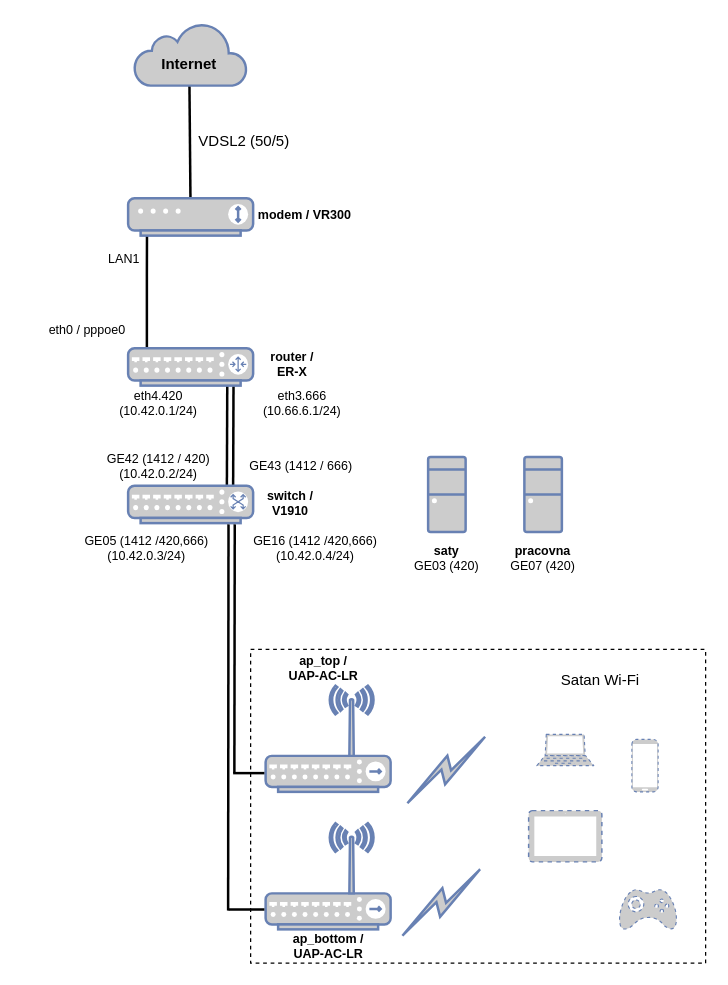
The draw.io diagram Untitled Diagram.drawio in Hipuranyhou/cuddly-octo-lamp, before the edit. Source tidied: cells renumbered, new cells numbered last; positions are measured from the earlier drawing's top-left corner, leaving out a move shared by most shapes. Both pictures are drawn from the tidied source at 125%, with x=0, y=0 at pixel (21, 22).
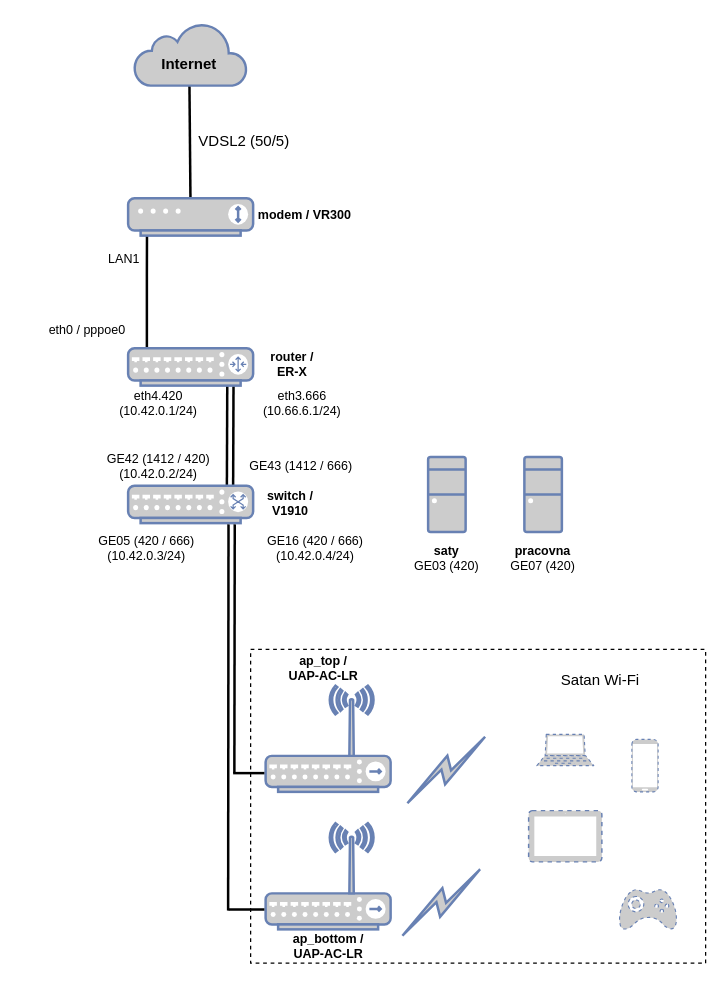
Above is the later version.

Commit message:
Changed VLANs of APs

Change to the diagram source:
```diff
@@
-    <mxCell id="37" value="&lt;div&gt;GE05 (1412 /420,666) (10.42.0.3/24)&lt;/div&gt;" style="text;html=1;strokeColor=none;fillColor=none;align=center;verticalAlign=middle;whiteSpace=wrap;rounded=0;labelBackgroundColor=#ffffff;fontSize=10;fontColor=#000000;" parent="1" vertex="1">
+    <mxCell id="37" value="&lt;div&gt;GE05 (420 / 666) (10.42.0.3/24)&lt;/div&gt;" style="text;html=1;strokeColor=none;fillColor=none;align=center;verticalAlign=middle;whiteSpace=wrap;rounded=0;labelBackgroundColor=#ffffff;fontSize=10;fontColor=#000000;" parent="1" vertex="1">
       <mxGeometry x="40" y="410" width="120" height="20" as="geometry" />
     </mxCell>
@@
-    <mxCell id="44" value="&lt;div&gt;GE16 (1412 /420,666) (10.42.0.4/24)&lt;/div&gt;" style="text;html=1;strokeColor=none;fillColor=none;align=center;verticalAlign=middle;whiteSpace=wrap;rounded=0;labelBackgroundColor=#ffffff;fontSize=10;fontColor=#000000;" parent="1" vertex="1">
+    <mxCell id="44" value="&lt;div&gt;GE16 (420 / 666) (10.42.0.4/24)&lt;/div&gt;" style="text;html=1;strokeColor=none;fillColor=none;align=center;verticalAlign=middle;whiteSpace=wrap;rounded=0;labelBackgroundColor=#ffffff;fontSize=10;fontColor=#000000;" parent="1" vertex="1">
       <mxGeometry x="175" y="410" width="120" height="20" as="geometry" />
     </mxCell>
```
